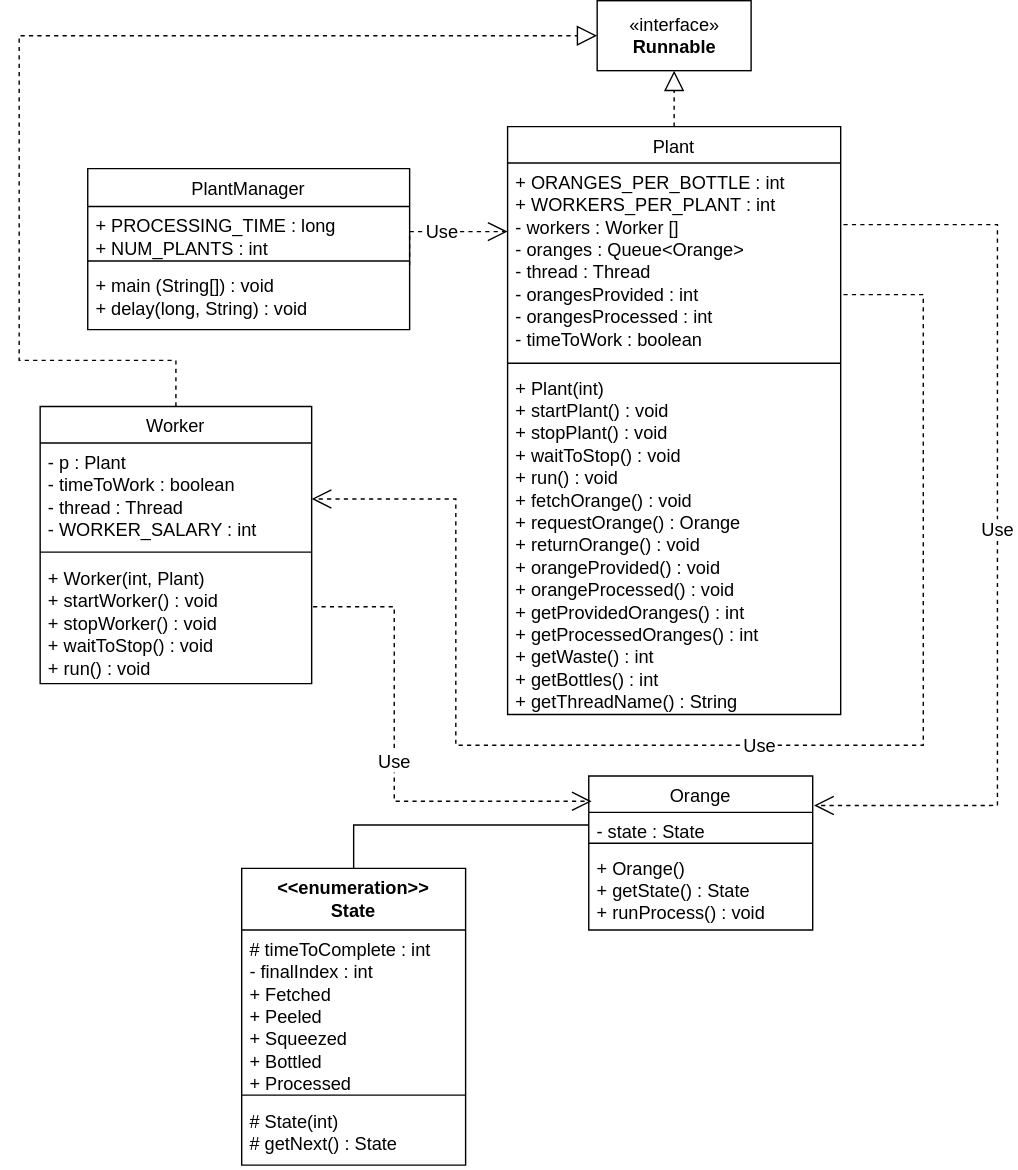
Earlier version of the draw.io export Grosse_JuiceBottlerLab/UML_ClassDiagram.drawio.svg (jgrosse01/jgrosse-cs410). Source tidied: cells renumbered, new cells last; positions are measured from the earlier drawing's top-left corner, leaving out a move shared by most shapes.
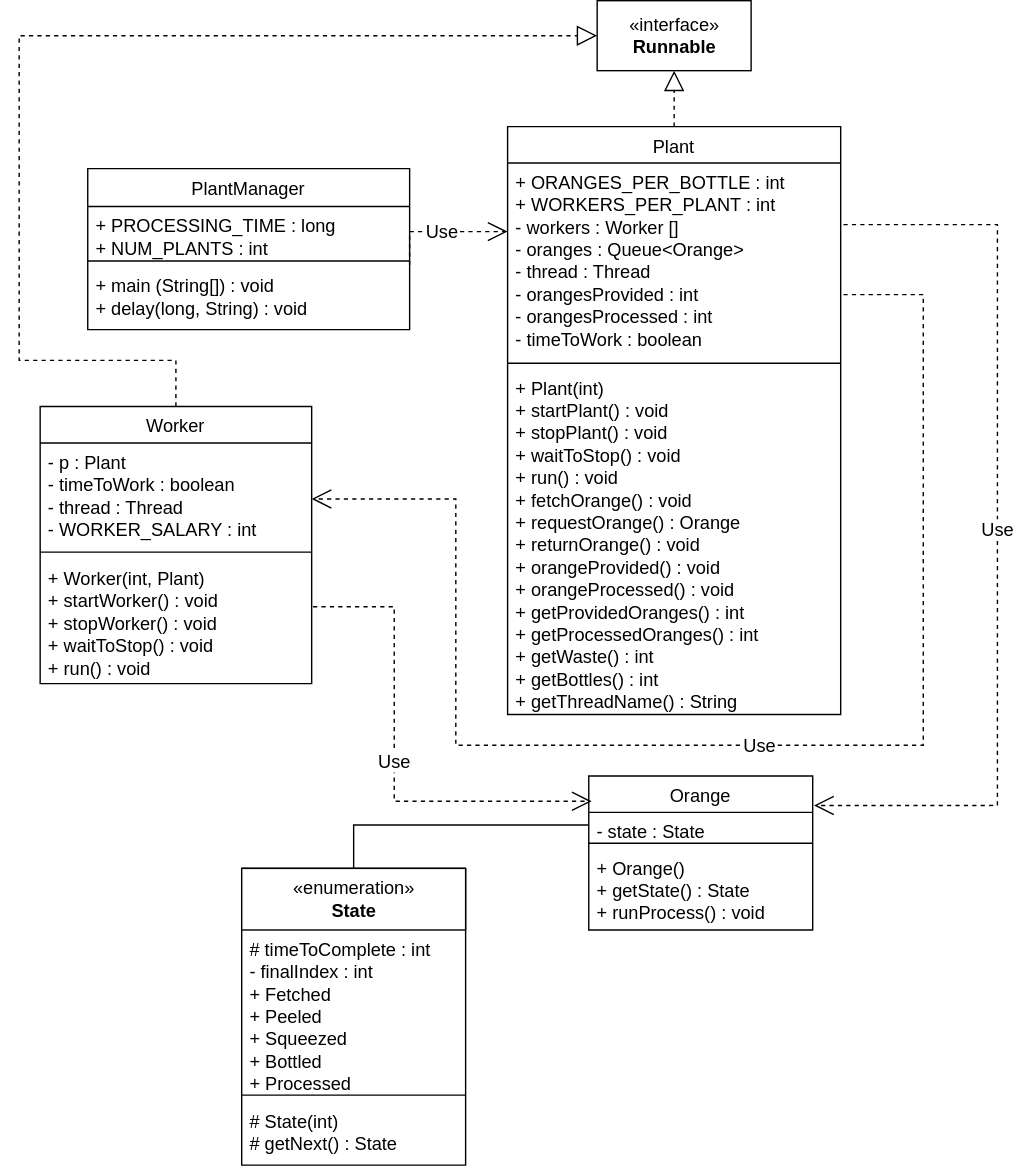
After the change.

Commit message:
Fix State Format

Change to the diagram source:
```diff
@@ -110,9 +110,12 @@
         </Array>
       </mxGeometry>
     </mxCell>
-    <mxCell id="26" value="&lt;&lt;enumeration&gt;&gt;&#10;State&#10;" style="swimlane;fontStyle=1;align=center;verticalAlign=top;horizontal=1;startSize=44;fontSize=13;" parent="1" vertex="1">
+    <mxCell id="26" style="swimlane;fontStyle=0;align=center;verticalAlign=top;horizontal=1;startSize=0;fontSize=13;" parent="1" vertex="1">
       <mxGeometry x="159" y="620" width="160" height="212" as="geometry" />
     </mxCell>
+    <mxCell id="30" value="«enumeration»&lt;br&gt;&lt;b&gt;State&lt;/b&gt;" style="html=1;fontSize=13;" parent="26" vertex="1">
+      <mxGeometry width="160" height="44" as="geometry" />
+    </mxCell>
     <mxCell id="27" value="# timeToComplete : int&#10;- finalIndex : int&#10;+ Fetched&#10;+ Peeled&#10;+ Squeezed&#10;+ Bottled&#10;+ Processed&#10;&#10;&#10;&#10;" style="text;strokeColor=none;fillColor=none;align=left;verticalAlign=top;spacingLeft=4;spacingRight=4;overflow=hidden;fontSize=13;" parent="26" vertex="1">
       <mxGeometry y="44" width="160" height="113" as="geometry" />
     </mxCell>
```
